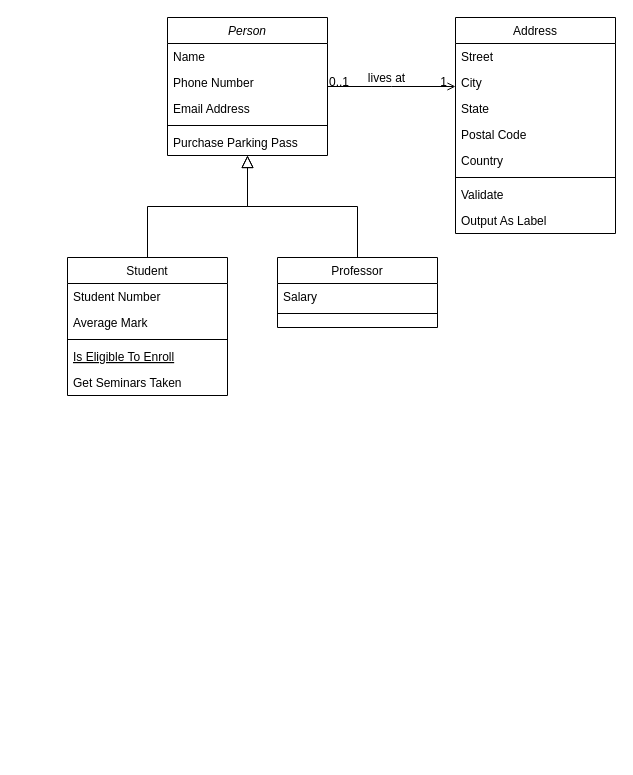
The draw.io diagram FedML.drawio in joneswong/draw, before the edit. Source tidied: cells renumbered, new cells numbered last; positions are measured from the earlier drawing's top-left corner, leaving out a move shared by most shapes. Both pictures are drawn from the tidied source at 100%, with x=0, y=0 at pixel (67, 17).
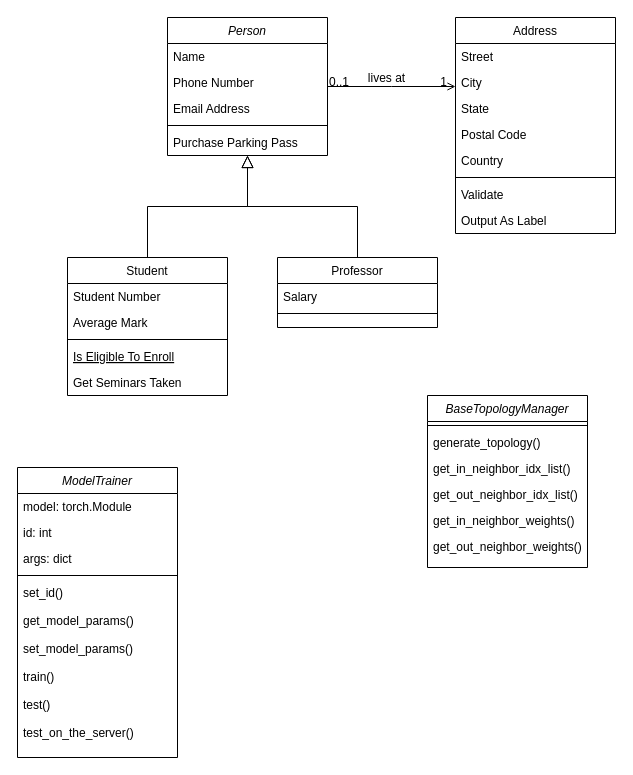
After the change.

Diff of the diagram source:
```diff
@@
+    <mxCell id="32" value="ModelTrainer" style="swimlane;fontStyle=2;align=center;verticalAlign=top;horizontal=1;startSize=26;rounded=0;shadow=0;strokeWidth=1;" parent="1" vertex="1">
+      <mxGeometry x="-50" y="450" width="160" height="290" as="geometry" />
+    </mxCell>
+    <mxCell id="33" value="model: torch.Module" style="text;align=left;verticalAlign=top;spacingLeft=4;spacingRight=4;overflow=hidden;" parent="32" vertex="1">
+      <mxGeometry y="26" width="160" height="26" as="geometry" />
+    </mxCell>
+    <mxCell id="34" value="id: int" style="text;align=left;verticalAlign=top;spacingLeft=4;spacingRight=4;overflow=hidden;rounded=0;shadow=0;html=0;" parent="32" vertex="1">
+      <mxGeometry y="52" width="160" height="26" as="geometry" />
+    </mxCell>
+    <mxCell id="35" value="args: dict" style="text;align=left;verticalAlign=top;spacingLeft=4;spacingRight=4;overflow=hidden;rounded=0;shadow=0;html=0;" parent="32" vertex="1">
+      <mxGeometry y="78" width="160" height="26" as="geometry" />
+    </mxCell>
+    <mxCell id="36" style="line;html=1;strokeWidth=1;align=left;verticalAlign=middle;spacingTop=-1;spacingLeft=3;spacingRight=3;labelPosition=right;" parent="32" vertex="1">
+      <mxGeometry y="104" width="160" height="8" as="geometry" />
+    </mxCell>
+    <mxCell id="37" value="set_id()" style="text;align=left;verticalAlign=top;spacingLeft=4;spacingRight=4;overflow=hidden;" parent="32" vertex="1">
+      <mxGeometry y="112" width="160" height="28" as="geometry" />
+    </mxCell>
+    <mxCell id="38" value="get_model_params()" style="text;align=left;verticalAlign=top;spacingLeft=4;spacingRight=4;overflow=hidden;" parent="32" vertex="1">
+      <mxGeometry y="140" width="160" height="28" as="geometry" />
+    </mxCell>
+    <mxCell id="39" value="set_model_params()" style="text;align=left;verticalAlign=top;spacingLeft=4;spacingRight=4;overflow=hidden;" parent="32" vertex="1">
+      <mxGeometry y="168" width="160" height="28" as="geometry" />
+    </mxCell>
+    <mxCell id="40" value="train()" style="text;align=left;verticalAlign=top;spacingLeft=4;spacingRight=4;overflow=hidden;" parent="32" vertex="1">
+      <mxGeometry y="196" width="160" height="28" as="geometry" />
+    </mxCell>
+    <mxCell id="41" value="test()" style="text;align=left;verticalAlign=top;spacingLeft=4;spacingRight=4;overflow=hidden;" parent="32" vertex="1">
+      <mxGeometry y="224" width="160" height="28" as="geometry" />
+    </mxCell>
+    <mxCell id="42" value="test_on_the_server()" style="text;align=left;verticalAlign=top;spacingLeft=4;spacingRight=4;overflow=hidden;" parent="32" vertex="1">
+      <mxGeometry y="252" width="160" height="28" as="geometry" />
+    </mxCell>
+    <mxCell id="43" value="BaseTopologyManager" style="swimlane;fontStyle=2;align=center;verticalAlign=top;horizontal=1;startSize=26;rounded=0;shadow=0;strokeWidth=1;" parent="1" vertex="1">
+      <mxGeometry x="360" y="378" width="160" height="172" as="geometry" />
+    </mxCell>
+    <mxCell id="44" style="line;html=1;strokeWidth=1;align=left;verticalAlign=middle;spacingTop=-1;spacingLeft=3;spacingRight=3;labelPosition=right;" parent="43" vertex="1">
+      <mxGeometry y="26" width="160" height="8" as="geometry" />
+    </mxCell>
+    <mxCell id="45" value="generate_topology()" style="text;align=left;verticalAlign=top;spacingLeft=4;spacingRight=4;overflow=hidden;" parent="43" vertex="1">
+      <mxGeometry y="34" width="160" height="26" as="geometry" />
+    </mxCell>
+    <mxCell id="46" value="get_in_neighbor_idx_list()" style="text;align=left;verticalAlign=top;spacingLeft=4;spacingRight=4;overflow=hidden;" parent="43" vertex="1">
+      <mxGeometry y="60" width="160" height="26" as="geometry" />
+    </mxCell>
+    <mxCell id="47" value="get_out_neighbor_idx_list()" style="text;align=left;verticalAlign=top;spacingLeft=4;spacingRight=4;overflow=hidden;" parent="43" vertex="1">
+      <mxGeometry y="86" width="160" height="26" as="geometry" />
+    </mxCell>
+    <mxCell id="48" value="get_in_neighbor_weights()" style="text;align=left;verticalAlign=top;spacingLeft=4;spacingRight=4;overflow=hidden;" parent="43" vertex="1">
+      <mxGeometry y="112" width="160" height="26" as="geometry" />
+    </mxCell>
+    <mxCell id="49" value="get_out_neighbor_weights()" style="text;align=left;verticalAlign=top;spacingLeft=4;spacingRight=4;overflow=hidden;" parent="43" vertex="1">
+      <mxGeometry y="138" width="160" height="26" as="geometry" />
+    </mxCell>
```
